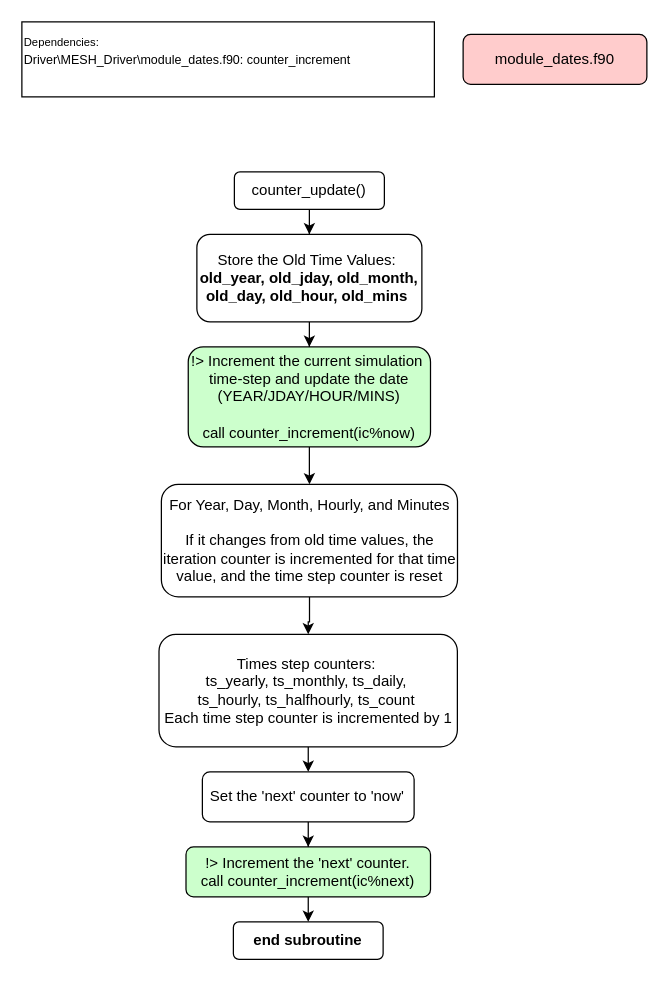
This is module_dates.drawio from MeshMapping/r1813_Mappings, a draw.io file, before an edit. Source tidied: cells renumbered, new cells numbered last; positions are measured from the earlier drawing's top-left corner, leaving out a move shared by most shapes. Both pictures are drawn from the tidied source at 125%, with x=0, y=0 at pixel (21, 21).
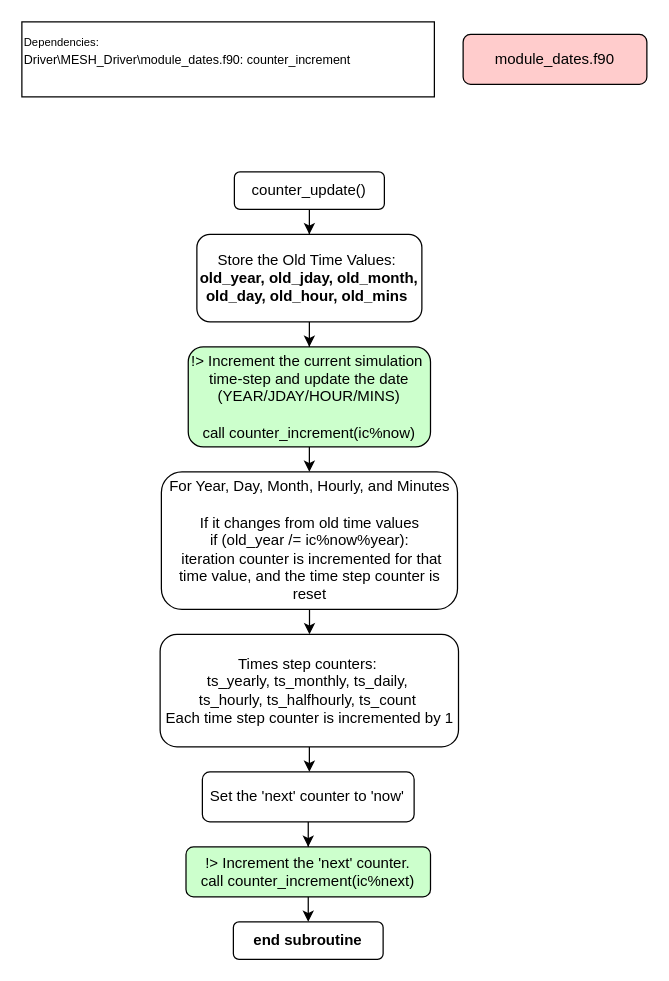
The same diagram, later.

Change to the diagram source:
```diff
@@
 <mxGraphModel>
   <root>
     <mxCell id="0" />
     <mxCell id="1" parent="0" />
     <mxCell id="2" value="module_dates.f90" style="rounded=1;whiteSpace=wrap;html=1;fillColor=#FFCCCC;" parent="1" vertex="1">
       <mxGeometry x="353" y="10" width="147" height="40" as="geometry" />
     </mxCell>
     <mxCell id="3" value="&lt;div&gt;&lt;font style=&quot;font-size: 9px;&quot;&gt;Dependencies:&lt;/font&gt;&lt;/div&gt;&lt;div&gt;&lt;font style=&quot;&quot;&gt;&lt;font size=&quot;1&quot;&gt;Driver\MESH_Driver\module_dates.f90: counter_increment&lt;/font&gt;&lt;/font&gt;&lt;/div&gt;&lt;div&gt;&lt;br&gt;&lt;/div&gt;" style="rounded=0;whiteSpace=wrap;html=1;align=left;" parent="1" vertex="1">
       <mxGeometry width="330" height="60" as="geometry" />
     </mxCell>
     <mxCell id="4" style="edgeStyle=orthogonalEdgeStyle;rounded=0;jettySize=auto;html=1;" parent="1" edge="1" source="5" target="7">
       <mxGeometry relative="1" as="geometry" />
     </mxCell>
     <mxCell id="5" value="counter_update()" style="rounded=1;whiteSpace=wrap;html=1;" parent="1" vertex="1">
       <mxGeometry x="170" y="120" width="120" height="30" as="geometry" />
     </mxCell>
     <mxCell id="6" style="edgeStyle=orthogonalEdgeStyle;rounded=0;jettySize=auto;html=1;" parent="1" edge="1" source="7" target="9">
       <mxGeometry relative="1" as="geometry" />
     </mxCell>
     <mxCell id="7" value="Store the Old Time Values:&amp;nbsp;&lt;div&gt;&lt;b&gt;old_year, old_jday, old_month, old_day, old_hour, old_mins&lt;/b&gt;&amp;nbsp;&lt;/div&gt;" style="whiteSpace=wrap;html=1;rounded=1;" parent="1" vertex="1">
       <mxGeometry x="140" y="170" width="180" height="70" as="geometry" />
     </mxCell>
     <mxCell id="8" style="edgeStyle=orthogonalEdgeStyle;rounded=0;jettySize=auto;html=1;" parent="1" edge="1" source="9" target="11">
       <mxGeometry relative="1" as="geometry" />
     </mxCell>
     <mxCell id="9" value="&lt;div&gt;!&amp;gt;&amp;nbsp;Increment the current simulation&amp;nbsp; time-step and update the date (YEAR/JDAY/HOUR/MINS)&lt;/div&gt;&lt;div&gt;&lt;br&gt;&lt;/div&gt;call counter_increment(ic%now)" style="whiteSpace=wrap;html=1;rounded=1;fillColor=#CCFFCC;" parent="1" vertex="1">
       <mxGeometry x="133.1" y="260" width="193.8" height="80" as="geometry" />
     </mxCell>
     <mxCell id="10" style="edgeStyle=orthogonalEdgeStyle;rounded=0;jettySize=auto;html=1;" parent="1" edge="1" source="11" target="13">
       <mxGeometry relative="1" as="geometry" />
     </mxCell>
-    <mxCell id="11" value="&lt;div&gt;For Year, Day, Month, Hourly, and Minutes&lt;/div&gt;&lt;div&gt;&lt;br&gt;&lt;/div&gt;&lt;div&gt;If it changes from old time values, the iteration counter is incremented for that time value, and the time step counter is reset&lt;/div&gt;" style="whiteSpace=wrap;html=1;rounded=1;" parent="1" vertex="1">
-      <mxGeometry x="111.6" y="370" width="236.9" height="90" as="geometry" />
+    <mxCell id="11" value="&lt;div&gt;For Year, Day, Month, Hourly, and Minutes&lt;/div&gt;&lt;div&gt;&lt;br&gt;&lt;/div&gt;&lt;div&gt;If it changes from old time values&lt;/div&gt;&lt;div&gt;if (old_year /= ic%now%year):&lt;/div&gt;&lt;div&gt;&amp;nbsp;iteration counter is incremented for that time value, and the time step counter is reset&lt;/div&gt;" style="whiteSpace=wrap;html=1;rounded=1;" parent="1" vertex="1">
+      <mxGeometry x="111.6" y="360" width="236.9" height="110" as="geometry" />
     </mxCell>
     <mxCell id="12" style="edgeStyle=orthogonalEdgeStyle;rounded=0;jettySize=auto;html=1;" parent="1" edge="1" source="13" target="15">
       <mxGeometry relative="1" as="geometry" />
     </mxCell>
     <mxCell id="13" value="&lt;div&gt;Times step counters:&amp;nbsp;&lt;/div&gt;&lt;div&gt;ts_yearly,&amp;nbsp;ts_monthly,&amp;nbsp;ts_daily,&amp;nbsp;&lt;/div&gt;&lt;div&gt;ts_hourly,&amp;nbsp;ts_halfhourly,&amp;nbsp;&lt;span style=&quot;background-color: initial;&quot;&gt;ts_count&amp;nbsp;&lt;/span&gt;&lt;/div&gt;Each time step counter is incremented by 1" style="whiteSpace=wrap;html=1;rounded=1;" parent="1" vertex="1">
-      <mxGeometry x="109.7" y="490" width="238.7" height="90" as="geometry" />
+      <mxGeometry x="110.6" y="490" width="238.7" height="90" as="geometry" />
     </mxCell>
     <mxCell id="14" style="edgeStyle=orthogonalEdgeStyle;rounded=0;jettySize=auto;html=1;" parent="1" edge="1" source="15" target="17">
       <mxGeometry relative="1" as="geometry" />
     </mxCell>
     <mxCell id="15" value="Set the 'next' counter to 'now'" style="whiteSpace=wrap;html=1;rounded=1;" parent="1" vertex="1">
       <mxGeometry x="144.4" y="600" width="169.4" height="40" as="geometry" />
     </mxCell>
     <mxCell id="16" style="edgeStyle=orthogonalEdgeStyle;rounded=0;jettySize=auto;html=1;" parent="1" edge="1" source="17" target="18">
       <mxGeometry relative="1" as="geometry" />
     </mxCell>
     <mxCell id="17" value="&lt;div&gt;!&amp;gt; Increment the 'next' counter.&lt;/div&gt;&lt;div&gt;call counter_increment(ic%next)&lt;/div&gt;" style="whiteSpace=wrap;html=1;rounded=1;fillColor=#CCFFCC;" parent="1" vertex="1">
       <mxGeometry x="131.3" y="660" width="195.6" height="40" as="geometry" />
     </mxCell>
     <mxCell id="18" value="end subroutine" style="whiteSpace=wrap;html=1;fillColor=#FFFFFF;rounded=1;fontStyle=1;" parent="1" vertex="1">
       <mxGeometry x="169.2" y="720" width="119.8" height="30" as="geometry" />
     </mxCell>
   </root>
 </mxGraphModel>
```
